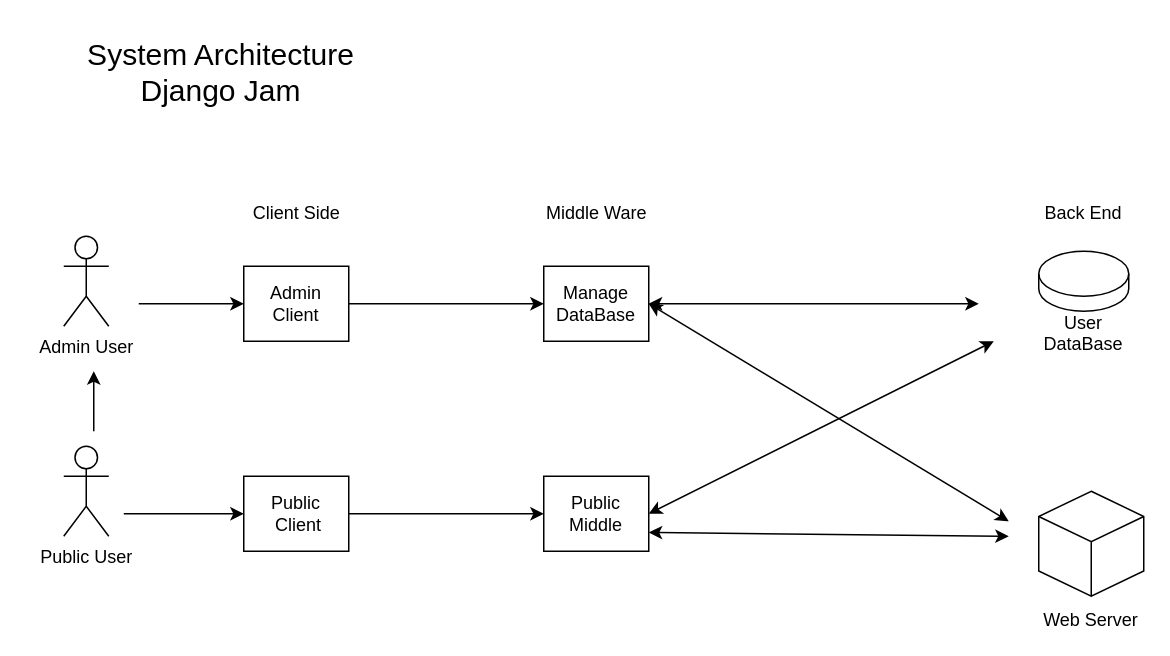
Above: Django_Jam.drawio in Team-5A/DjangoJam (draw.io), before the change. Source tidied: cells renumbered, new cells numbered last; positions are measured from the earlier drawing's top-left corner, leaving out a move shared by most shapes. Both pictures are drawn from the tidied source at 150%, with x=0, y=0 at pixel (48, 26).
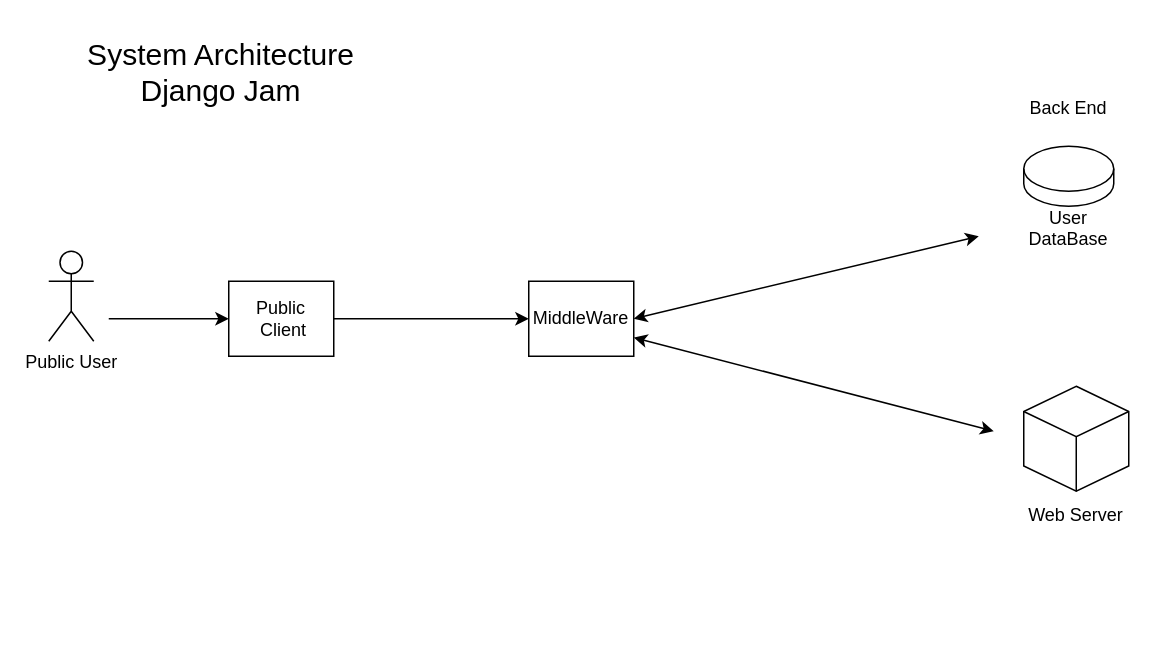
The same page after the edit.

Change to the diagram source:
```diff
@@
     <mxCell id="2" value="Public User" style="shape=umlActor;verticalLabelPosition=bottom;verticalAlign=top;html=1;" parent="1" vertex="1">
-      <mxGeometry x="10" y="280" width="30" height="60" as="geometry" />
+      <mxGeometry y="150" width="30" height="60" as="geometry" />
     </mxCell>
-    <mxCell id="3" value="Admin User" style="shape=umlActor;verticalLabelPosition=bottom;verticalAlign=top;html=1;" parent="1" vertex="1">
-      <mxGeometry x="10" y="140" width="30" height="60" as="geometry" />
-    </mxCell>
     <mxCell id="4" value="&lt;br&gt;&lt;br&gt;&lt;br&gt;&lt;br&gt;&lt;br&gt;&lt;br&gt;&lt;br&gt;Web Server" style="html=1;whiteSpace=wrap;shape=isoCube2;backgroundOutline=1;isoAngle=15;" parent="1" vertex="1">
-      <mxGeometry x="660" y="310" width="70" height="70" as="geometry" />
+      <mxGeometry x="650" y="240" width="70" height="70" as="geometry" />
     </mxCell>
     <mxCell id="5" value="&lt;br&gt;&lt;br&gt;&lt;br&gt;User DataBase" style="shape=cylinder3;whiteSpace=wrap;html=1;boundedLbl=1;backgroundOutline=1;size=15;" parent="1" vertex="1">
-      <mxGeometry x="660" y="150" width="60" height="40" as="geometry" />
+      <mxGeometry x="650" y="80" width="60" height="40" as="geometry" />
     </mxCell>
     <mxCell id="6" style="endArrow=classic;html=1;rounded=0;entryX=0;entryY=0.5;entryDx=0;entryDy=0;" parent="1" edge="1" target="14">
       <mxGeometry relative="1" as="geometry">
-        <mxPoint x="50" y="325" as="sourcePoint" />
+        <mxPoint x="40" y="195" as="sourcePoint" />
       </mxGeometry>
     </mxCell>
-    <mxCell id="7" style="endArrow=classic;startArrow=classic;html=1;rounded=0;exitX=1;exitY=0.5;exitDx=0;exitDy=0;" parent="1" edge="1" source="8">
-      <mxGeometry relative="1" as="geometry">
-        <mxPoint x="640" y="330" as="targetPoint" />
-      </mxGeometry>
-    </mxCell>
-    <mxCell id="8" value="Manage DataBase" style="rounded=0;whiteSpace=wrap;html=1;" parent="1" vertex="1">
-      <mxGeometry x="330" y="160" width="70" height="50" as="geometry" />
-    </mxCell>
-    <mxCell id="9" style="endArrow=classic;startArrow=classic;html=1;rounded=0;exitX=1;exitY=0.5;exitDx=0;exitDy=0;" parent="1" edge="1" source="8">
-      <mxGeometry relative="1" as="geometry">
-        <mxPoint x="620" y="185" as="targetPoint" />
-      </mxGeometry>
-    </mxCell>
-    <mxCell id="10" style="endArrow=classic;html=1;rounded=0;entryX=0;entryY=0.5;entryDx=0;entryDy=0;" parent="1" edge="1" target="12">
-      <mxGeometry relative="1" as="geometry">
-        <mxPoint x="60" y="185" as="sourcePoint" />
-      </mxGeometry>
-    </mxCell>
@@
-    <mxCell id="12" value="Admin Client" style="rounded=0;whiteSpace=wrap;html=1;" parent="1" vertex="1">
-      <mxGeometry x="130" y="160" width="70" height="50" as="geometry" />
-    </mxCell>
-    <mxCell id="13" style="endArrow=classic;html=1;rounded=0;entryX=0;entryY=0.5;entryDx=0;entryDy=0;exitX=1;exitY=0.5;exitDx=0;exitDy=0;" parent="1" edge="1" source="12" target="8">
-      <mxGeometry relative="1" as="geometry" />
-    </mxCell>
     <mxCell id="14" value="Public&lt;br&gt;&amp;nbsp;Client" style="rounded=0;whiteSpace=wrap;html=1;" parent="1" vertex="1">
-      <mxGeometry x="130" y="300" width="70" height="50" as="geometry" />
+      <mxGeometry x="120" y="170" width="70" height="50" as="geometry" />
     </mxCell>
-    <mxCell id="15" value="Client Side" style="text;html=1;align=center;verticalAlign=middle;whiteSpace=wrap;rounded=0;" parent="1" vertex="1">
-      <mxGeometry x="112.5" y="110" width="105" height="30" as="geometry" />
-    </mxCell>
-    <mxCell id="16" value="Middle Ware" style="text;html=1;align=center;verticalAlign=middle;whiteSpace=wrap;rounded=0;" parent="1" vertex="1">
-      <mxGeometry x="322.5" y="110" width="85" height="30" as="geometry" />
-    </mxCell>
     <mxCell id="17" value="Back End" style="text;html=1;align=center;verticalAlign=middle;whiteSpace=wrap;rounded=0;" parent="1" vertex="1">
-      <mxGeometry x="660" y="110" width="60" height="30" as="geometry" />
+      <mxGeometry x="650" y="40" width="60" height="30" as="geometry" />
     </mxCell>
-    <mxCell id="18" style="endArrow=classic;html=1;rounded=0;" parent="1" edge="1">
-      <mxGeometry relative="1" as="geometry">
-        <mxPoint x="30" y="270" as="sourcePoint" />
-        <mxPoint x="30" y="230" as="targetPoint" />
-      </mxGeometry>
-    </mxCell>
-    <mxCell id="19" value="Public Middle" style="rounded=0;whiteSpace=wrap;html=1;" parent="1" vertex="1">
-      <mxGeometry x="330" y="300" width="70" height="50" as="geometry" />
+    <mxCell id="19" value="MiddleWare" style="rounded=0;whiteSpace=wrap;html=1;" parent="1" vertex="1">
+      <mxGeometry x="320" y="170" width="70" height="50" as="geometry" />
     </mxCell>
     <mxCell id="20" style="endArrow=classic;startArrow=classic;html=1;rounded=0;exitX=1;exitY=0.5;exitDx=0;exitDy=0;" parent="1" edge="1" source="19">
       <mxGeometry relative="1" as="geometry">
-        <mxPoint x="630" y="210" as="targetPoint" />
+        <mxPoint x="620" y="140" as="targetPoint" />
       </mxGeometry>
     </mxCell>
     <mxCell id="21" style="endArrow=classic;startArrow=classic;html=1;rounded=0;exitX=1;exitY=0.75;exitDx=0;exitDy=0;" parent="1" edge="1" source="19">
       <mxGeometry relative="1" as="geometry">
-        <mxPoint x="640" y="340" as="targetPoint" />
+        <mxPoint x="630" y="270" as="targetPoint" />
       </mxGeometry>
     </mxCell>
```
